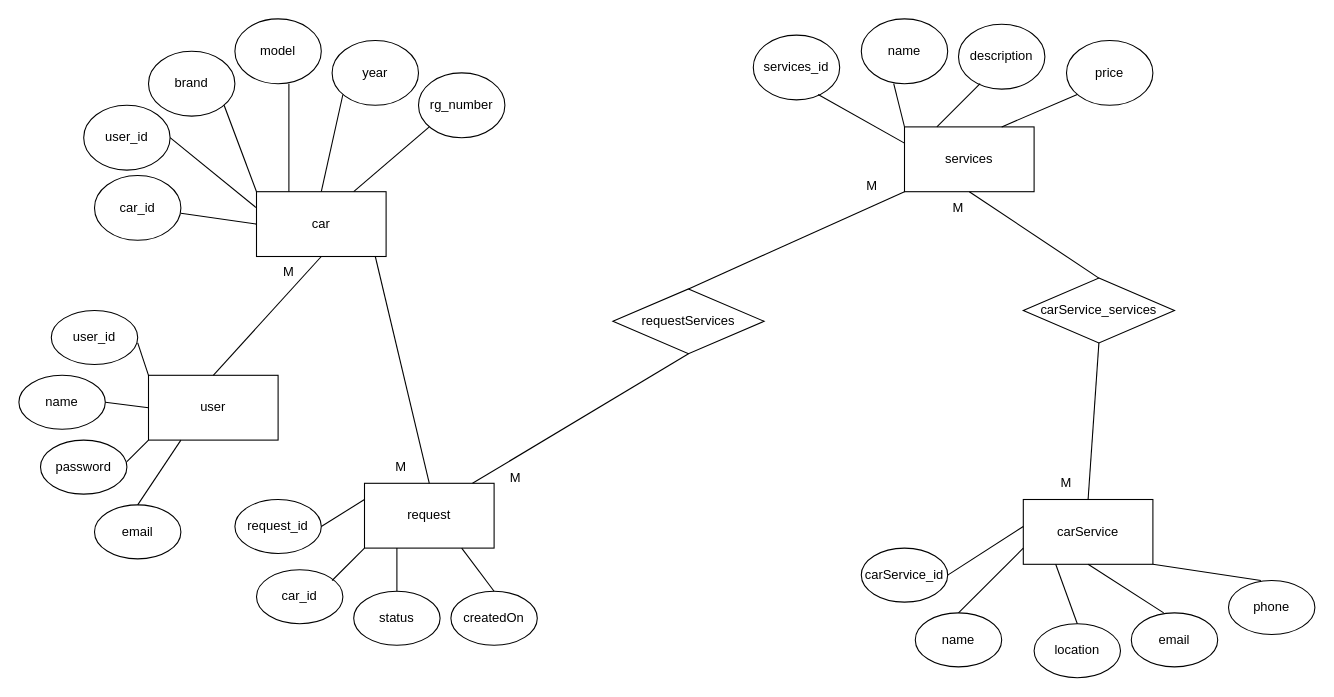
IvanStoykov04/carService keeps this draw.io diagram as DatabaseProject-TU2.drawio. Above is the earlier version. Source tidied: cells renumbered, new cells numbered last; positions are measured from the earlier drawing's top-left corner, leaving out a move shared by most shapes. Both pictures are drawn from the tidied source at 108%, with x=0, y=0 at pixel (18, 18).
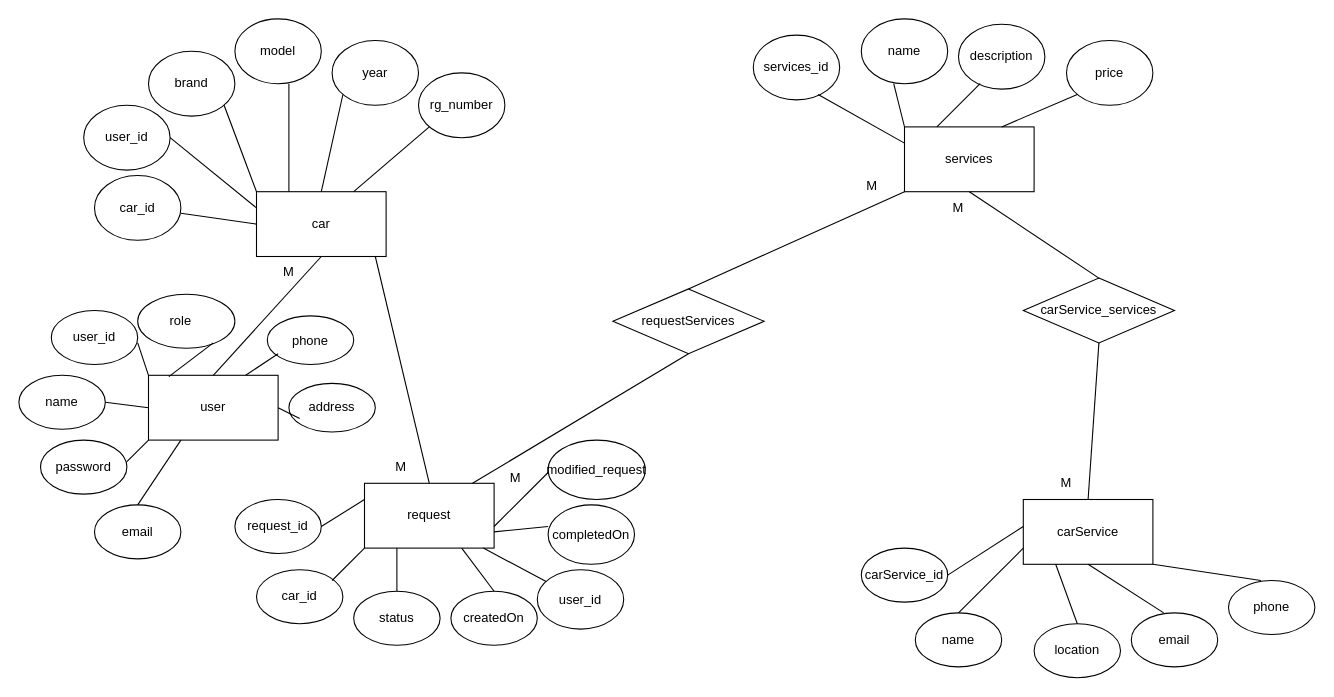
The same diagram, later.

Unchanged cells that the change refers to:
```xml
<mxCell id="2" style="rounded=0;whiteSpace=wrap;html=1;" parent="1" vertex="1">
  <mxGeometry x="120" y="330" width="120" height="60" as="geometry" />
</mxCell>
<mxCell id="69" style="rounded=0;whiteSpace=wrap;html=1;" parent="1" vertex="1">
  <mxGeometry x="320" y="430" width="120" height="60" as="geometry" />
</mxCell>
```

The edit, as a diff of the source:
```diff
@@
+    <mxCell id="97" style="ellipse;whiteSpace=wrap;html=1;" parent="1" vertex="1">
+      <mxGeometry x="110" y="255" width="90" height="50" as="geometry" />
+    </mxCell>
+    <mxCell id="98" value="role" style="text;html=1;align=center;verticalAlign=middle;whiteSpace=wrap;rounded=0;" parent="1" vertex="1">
+      <mxGeometry x="120" y="265" width="60" height="30" as="geometry" />
+    </mxCell>
+    <mxCell id="99" style="endArrow=none;html=1;rounded=0;exitX=0.157;exitY=0.02;exitDx=0;exitDy=0;exitPerimeter=0;" parent="1" edge="1" source="2">
+      <mxGeometry relative="1" as="geometry">
+        <mxPoint x="180" y="300" as="targetPoint" />
+      </mxGeometry>
+    </mxCell>
+    <mxCell id="100" style="ellipse;whiteSpace=wrap;html=1;" parent="1" vertex="1">
+      <mxGeometry x="230" y="275" width="80" height="45" as="geometry" />
+    </mxCell>
+    <mxCell id="101" style="ellipse;whiteSpace=wrap;html=1;" parent="1" vertex="1">
+      <mxGeometry x="250" y="337.5" width="80" height="45" as="geometry" />
+    </mxCell>
+    <mxCell id="102" style="endArrow=none;html=1;rounded=0;exitX=0.75;exitY=0;exitDx=0;exitDy=0;" parent="1" edge="1" source="2">
+      <mxGeometry relative="1" as="geometry">
+        <mxPoint x="240" y="310" as="targetPoint" />
+      </mxGeometry>
+    </mxCell>
+    <mxCell id="103" style="endArrow=none;html=1;rounded=0;exitX=1;exitY=0.5;exitDx=0;exitDy=0;" parent="1" edge="1" source="2">
+      <mxGeometry relative="1" as="geometry">
+        <mxPoint x="260" y="370" as="targetPoint" />
+      </mxGeometry>
+    </mxCell>
+    <mxCell id="104" value="phone" style="text;html=1;align=center;verticalAlign=middle;whiteSpace=wrap;rounded=0;" parent="1" vertex="1">
+      <mxGeometry x="240" y="283" width="60" height="30" as="geometry" />
+    </mxCell>
+    <mxCell id="105" value="address" style="text;html=1;align=center;verticalAlign=middle;whiteSpace=wrap;rounded=0;" parent="1" vertex="1">
+      <mxGeometry x="260" y="345" width="60" height="30" as="geometry" />
+    </mxCell>
+    <mxCell id="106" style="ellipse;whiteSpace=wrap;html=1;" parent="1" vertex="1">
+      <mxGeometry x="480" y="510" width="80" height="55" as="geometry" />
+    </mxCell>
+    <mxCell id="107" style="endArrow=none;html=1;rounded=0;" parent="1" edge="1" target="106">
+      <mxGeometry relative="1" as="geometry">
+        <mxPoint x="430" y="490" as="sourcePoint" />
+      </mxGeometry>
+    </mxCell>
+    <mxCell id="108" value="user_id" style="text;html=1;align=center;verticalAlign=middle;whiteSpace=wrap;rounded=0;" parent="1" vertex="1">
+      <mxGeometry x="490" y="523" width="60" height="30" as="geometry" />
+    </mxCell>
+    <mxCell id="109" style="ellipse;whiteSpace=wrap;html=1;" parent="1" vertex="1">
+      <mxGeometry x="490" y="450" width="80" height="55" as="geometry" />
+    </mxCell>
+    <mxCell id="110" value="completedOn" style="text;html=1;align=center;verticalAlign=middle;whiteSpace=wrap;rounded=0;" parent="1" vertex="1">
+      <mxGeometry x="500" y="462.5" width="60" height="30" as="geometry" />
+    </mxCell>
+    <mxCell id="111" style="ellipse;whiteSpace=wrap;html=1;" parent="1" vertex="1">
+      <mxGeometry x="490" y="390" width="90" height="55" as="geometry" />
+    </mxCell>
+    <mxCell id="112" value="modified_request" style="text;html=1;align=center;verticalAlign=middle;whiteSpace=wrap;rounded=0;" parent="1" vertex="1">
+      <mxGeometry x="505" y="403" width="60" height="30" as="geometry" />
+    </mxCell>
+    <mxCell id="113" style="endArrow=none;html=1;rounded=0;" parent="1" edge="1">
+      <mxGeometry relative="1" as="geometry">
+        <mxPoint x="440" y="470" as="sourcePoint" />
+        <mxPoint x="490" y="420" as="targetPoint" />
+      </mxGeometry>
+    </mxCell>
+    <mxCell id="114" style="endArrow=none;html=1;rounded=0;exitX=1;exitY=0.75;exitDx=0;exitDy=0;" parent="1" edge="1" source="69">
+      <mxGeometry relative="1" as="geometry">
+        <mxPoint x="490" y="470" as="targetPoint" />
+      </mxGeometry>
+    </mxCell>
```
